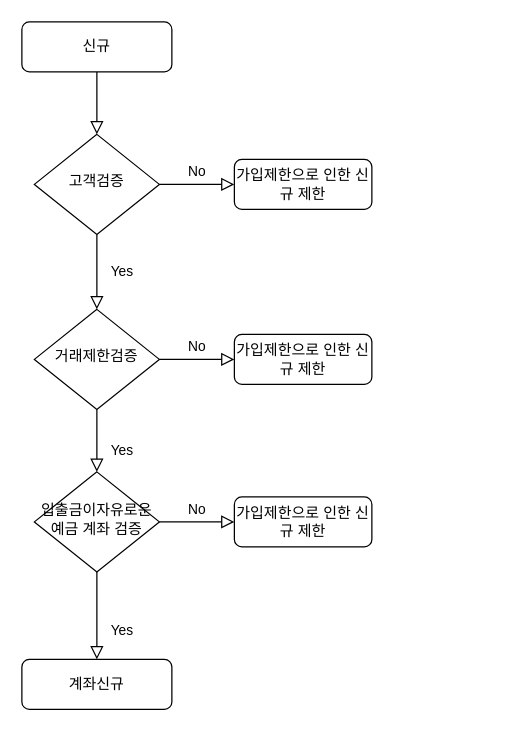
Before: penny Bank_flow.drawio in hojinWoo/pennyBank, a draw.io diagram. Source tidied: cells renumbered, new cells numbered last; positions are measured from the earlier drawing's top-left corner, leaving out a move shared by most shapes. Both pictures are drawn from the tidied source at 125%, with x=0, y=0 at pixel (21, 21).
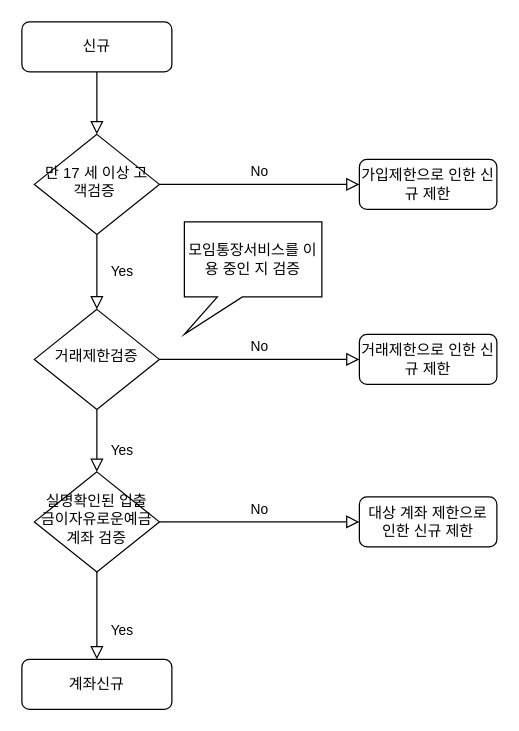
The same page after the edit.

Change to the diagram source:
```diff
@@
 <mxGraphModel>
   <root>
     <mxCell id="0" />
     <mxCell id="1" parent="0" />
     <mxCell id="2" style="rounded=0;html=1;jettySize=auto;fontSize=11;endArrow=block;endFill=0;endSize=8;strokeWidth=1;shadow=0;labelBackgroundColor=none;edgeStyle=orthogonalEdgeStyle;" parent="1" edge="1" source="3" target="6">
       <mxGeometry relative="1" as="geometry" />
     </mxCell>
     <mxCell id="3" value="신규" style="rounded=1;whiteSpace=wrap;html=1;fontSize=12;glass=0;strokeWidth=1;shadow=0;" parent="1" vertex="1">
       <mxGeometry width="120" height="40" as="geometry" />
     </mxCell>
     <mxCell id="4" value="Yes" style="rounded=0;html=1;jettySize=auto;fontSize=11;endArrow=block;endFill=0;endSize=8;strokeWidth=1;shadow=0;labelBackgroundColor=none;edgeStyle=orthogonalEdgeStyle;" parent="1" edge="1" source="6" target="10">
       <mxGeometry y="20" relative="1" as="geometry" />
     </mxCell>
-    <mxCell id="5" value="No" style="edgeStyle=orthogonalEdgeStyle;rounded=0;html=1;jettySize=auto;fontSize=11;endArrow=block;endFill=0;endSize=8;strokeWidth=1;shadow=0;labelBackgroundColor=none;" parent="1" edge="1" source="6" target="7">
+    <mxCell id="5" value="No" style="edgeStyle=orthogonalEdgeStyle;rounded=0;html=1;jettySize=auto;fontSize=11;endArrow=block;endFill=0;endSize=8;strokeWidth=1;shadow=0;labelBackgroundColor=none;exitX=1;exitY=0.5;exitDx=0;exitDy=0;" parent="1" edge="1" source="6" target="7">
       <mxGeometry y="10" relative="1" as="geometry" />
     </mxCell>
-    <mxCell id="6" value="고객검증" style="rhombus;whiteSpace=wrap;html=1;shadow=0;fontFamily=Helvetica;fontSize=12;align=center;strokeWidth=1;spacing=6;spacingTop=-4;" parent="1" vertex="1">
+    <mxCell id="6" value="만 17 세 이상 고객검증&amp;nbsp;" style="rhombus;whiteSpace=wrap;html=1;shadow=0;fontFamily=Helvetica;fontSize=12;align=center;strokeWidth=1;spacing=6;spacingTop=-4;" parent="1" vertex="1">
       <mxGeometry x="10" y="90" width="100" height="80" as="geometry" />
     </mxCell>
     <mxCell id="7" value="가입제한으로 인한 신규 제한" style="rounded=1;whiteSpace=wrap;html=1;fontSize=12;glass=0;strokeWidth=1;shadow=0;" parent="1" vertex="1">
-      <mxGeometry x="170" y="110" width="110" height="40" as="geometry" />
+      <mxGeometry x="270" y="110" width="110" height="40" as="geometry" />
     </mxCell>
     <mxCell id="8" value="Yes" style="rounded=0;html=1;jettySize=auto;fontSize=11;endArrow=block;endFill=0;endSize=8;strokeWidth=1;shadow=0;labelBackgroundColor=none;edgeStyle=orthogonalEdgeStyle;entryX=0.5;entryY=0;entryDx=0;entryDy=0;" parent="1" edge="1" source="10" target="13">
       <mxGeometry x="0.33" y="20" relative="1" as="geometry" />
     </mxCell>
-    <mxCell id="9" value="No" style="edgeStyle=orthogonalEdgeStyle;rounded=0;html=1;jettySize=auto;fontSize=11;endArrow=block;endFill=0;endSize=8;strokeWidth=1;shadow=0;labelBackgroundColor=none;" parent="1" edge="1" source="10" target="12">
+    <mxCell id="9" value="No" style="edgeStyle=orthogonalEdgeStyle;rounded=0;html=1;jettySize=auto;fontSize=11;endArrow=block;endFill=0;endSize=8;strokeWidth=1;shadow=0;labelBackgroundColor=none;exitX=1;exitY=0.5;exitDx=0;exitDy=0;" parent="1" edge="1" source="10" target="12">
       <mxGeometry y="10" relative="1" as="geometry" />
     </mxCell>
     <mxCell id="10" value="거래제한검증" style="rhombus;whiteSpace=wrap;html=1;shadow=0;fontFamily=Helvetica;fontSize=12;align=center;strokeWidth=1;spacing=6;spacingTop=-4;" parent="1" vertex="1">
       <mxGeometry x="10" y="230" width="100" height="80" as="geometry" />
     </mxCell>
     <mxCell id="11" value="계좌신규" style="rounded=1;whiteSpace=wrap;html=1;fontSize=12;glass=0;strokeWidth=1;shadow=0;" parent="1" vertex="1">
       <mxGeometry y="510" width="120" height="40" as="geometry" />
     </mxCell>
-    <mxCell id="12" value="가입제한으로 인한 신규 제한" style="rounded=1;whiteSpace=wrap;html=1;fontSize=12;glass=0;strokeWidth=1;shadow=0;" parent="1" vertex="1">
-      <mxGeometry x="170" y="250" width="110" height="40" as="geometry" />
+    <mxCell id="12" value="거래제한으로 인한 신규 제한" style="rounded=1;whiteSpace=wrap;html=1;fontSize=12;glass=0;strokeWidth=1;shadow=0;" parent="1" vertex="1">
+      <mxGeometry x="270" y="250" width="110" height="40" as="geometry" />
     </mxCell>
-    <mxCell id="13" value="입출금이자유로운예금 계좌 검증" style="rhombus;whiteSpace=wrap;html=1;shadow=0;fontFamily=Helvetica;fontSize=12;align=center;strokeWidth=1;spacing=6;spacingTop=-4;" parent="1" vertex="1">
+    <mxCell id="13" value="실명확인된 입출금이자유로운예금 계좌 검증" style="rhombus;whiteSpace=wrap;html=1;shadow=0;fontFamily=Helvetica;fontSize=12;align=center;strokeWidth=1;spacing=6;spacingTop=-4;" parent="1" vertex="1">
       <mxGeometry x="10" y="360" width="100" height="80" as="geometry" />
     </mxCell>
     <mxCell id="14" value="Yes" style="rounded=0;html=1;jettySize=auto;fontSize=11;endArrow=block;endFill=0;endSize=8;strokeWidth=1;shadow=0;labelBackgroundColor=none;edgeStyle=orthogonalEdgeStyle;entryX=0.5;entryY=0;entryDx=0;entryDy=0;exitX=0.5;exitY=1;exitDx=0;exitDy=0;" parent="1" edge="1" source="13" target="11">
       <mxGeometry x="0.33" y="20" relative="1" as="geometry" />
     </mxCell>
     <mxCell id="15" value="No" style="edgeStyle=orthogonalEdgeStyle;rounded=0;html=1;jettySize=auto;fontSize=11;endArrow=block;endFill=0;endSize=8;strokeWidth=1;shadow=0;labelBackgroundColor=none;exitX=1;exitY=0.5;exitDx=0;exitDy=0;" parent="1" edge="1" source="13" target="16">
       <mxGeometry y="10" relative="1" as="geometry" />
     </mxCell>
-    <mxCell id="16" value="가입제한으로 인한 신규 제한" style="rounded=1;whiteSpace=wrap;html=1;fontSize=12;glass=0;strokeWidth=1;shadow=0;" parent="1" vertex="1">
-      <mxGeometry x="170" y="380" width="110" height="40" as="geometry" />
+    <mxCell id="16" value="대상 계좌 제한으로 인한 신규 제한" style="rounded=1;whiteSpace=wrap;html=1;fontSize=12;glass=0;strokeWidth=1;shadow=0;" parent="1" vertex="1">
+      <mxGeometry x="270" y="380" width="110" height="40" as="geometry" />
     </mxCell>
+    <mxCell id="17" value="모임통장서비스를 이용 중인 지 검증" style="shape=callout;whiteSpace=wrap;html=1;perimeter=calloutPerimeter;size=30;position=0.24;position2=0;" parent="1" vertex="1">
+      <mxGeometry x="130" y="160" width="110" height="90" as="geometry" />
+    </mxCell>
   </root>
 </mxGraphModel>
```
